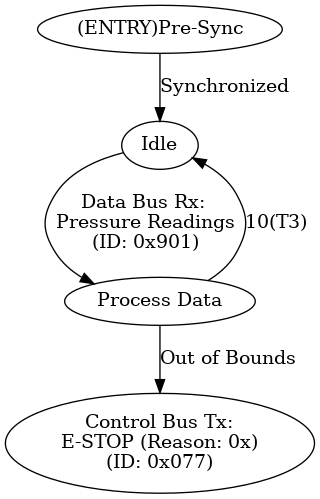
The Graphviz diagram high-voltage/pressure.png in umdloop/state-machines, before a commit. Its source is kept beside it as high-voltage/pressure.dot.
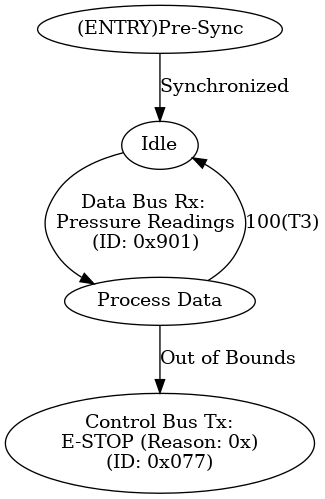
Later version of the same file.

Commit message:
change pressure sampling rate

Change to the diagram source:
```diff
@@ -8,5 +8,5 @@
 S42 -> S43     [label="Data Bus Rx: \nPressure Readings\n(ID: 0x901)\n"];
 S43 -> S44     [label="Out of Bounds"];
 
-S43 -> S42     [label="10(T3)"];
+S43 -> S42     [label="100(T3)"];
 }
```
